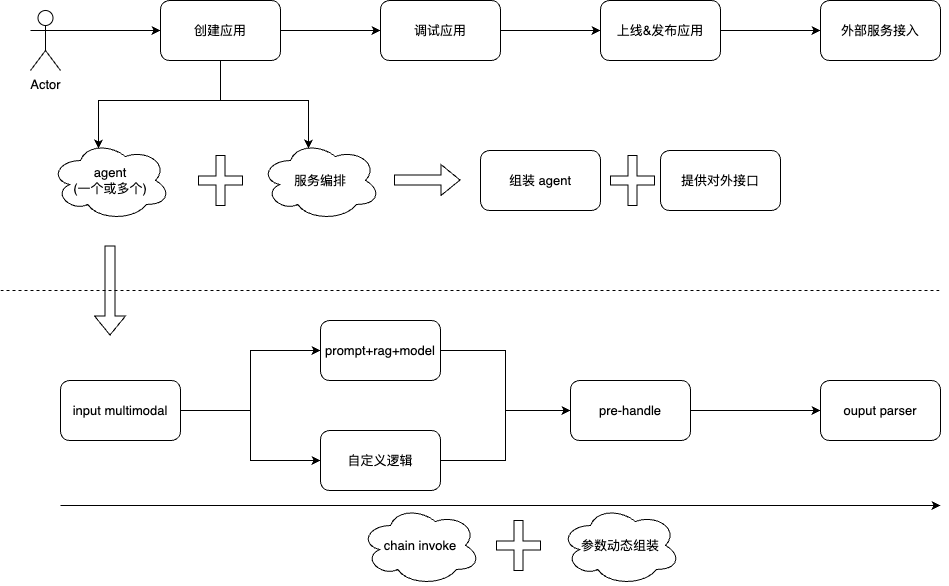
Before: 大模型应用.png, a diagram exported from draw.io (liujunao/draw-data). Source tidied: cells renumbered, new cells last; positions are measured from the earlier drawing's top-left corner, leaving out a move shared by most shapes.
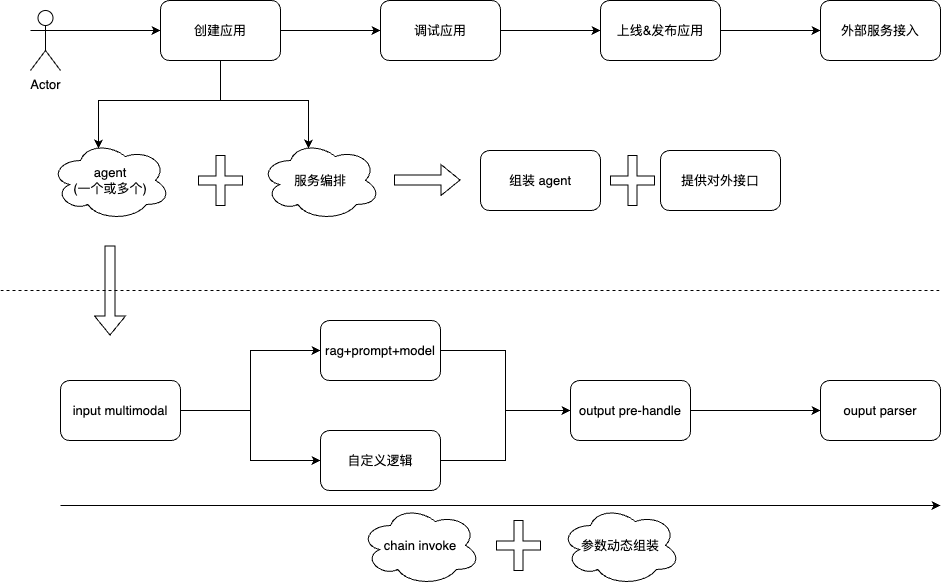
The same diagram one commit later.

Commit message:
更新大模型应用.png

What changed in the source:
```diff
@@ -47,7 +47,7 @@
     <mxCell id="16" style="edgeStyle=orthogonalEdgeStyle;rounded=0;jettySize=auto;html=1;exitX=1;exitY=0.5;exitDx=0;exitDy=0;" parent="1" edge="1" source="17" target="21">
       <mxGeometry relative="1" as="geometry" />
     </mxCell>
-    <mxCell id="17" value="prompt+rag+model" style="rounded=1;whiteSpace=wrap;html=1;" parent="1" vertex="1">
+    <mxCell id="17" value="rag+prompt+model" style="rounded=1;whiteSpace=wrap;html=1;" parent="1" vertex="1">
       <mxGeometry x="320" y="320" width="120" height="60" as="geometry" />
     </mxCell>
     <mxCell id="18" style="edgeStyle=orthogonalEdgeStyle;rounded=0;jettySize=auto;html=1;exitX=1;exitY=0.5;exitDx=0;exitDy=0;entryX=0;entryY=0.5;entryDx=0;entryDy=0;" parent="1" edge="1" source="19" target="21">
@@ -59,7 +59,7 @@
     <mxCell id="20" style="edgeStyle=orthogonalEdgeStyle;rounded=0;jettySize=auto;html=1;exitX=1;exitY=0.5;exitDx=0;exitDy=0;entryX=0;entryY=0.5;entryDx=0;entryDy=0;" parent="1" edge="1" source="21" target="22">
       <mxGeometry relative="1" as="geometry" />
     </mxCell>
-    <mxCell id="21" value="pre-handle" style="rounded=1;whiteSpace=wrap;html=1;" parent="1" vertex="1">
+    <mxCell id="21" value="output pre-handle" style="rounded=1;whiteSpace=wrap;html=1;" parent="1" vertex="1">
       <mxGeometry x="570" y="380" width="120" height="60" as="geometry" />
     </mxCell>
     <mxCell id="22" value="ouput parser" style="rounded=1;whiteSpace=wrap;html=1;" parent="1" vertex="1">
```
